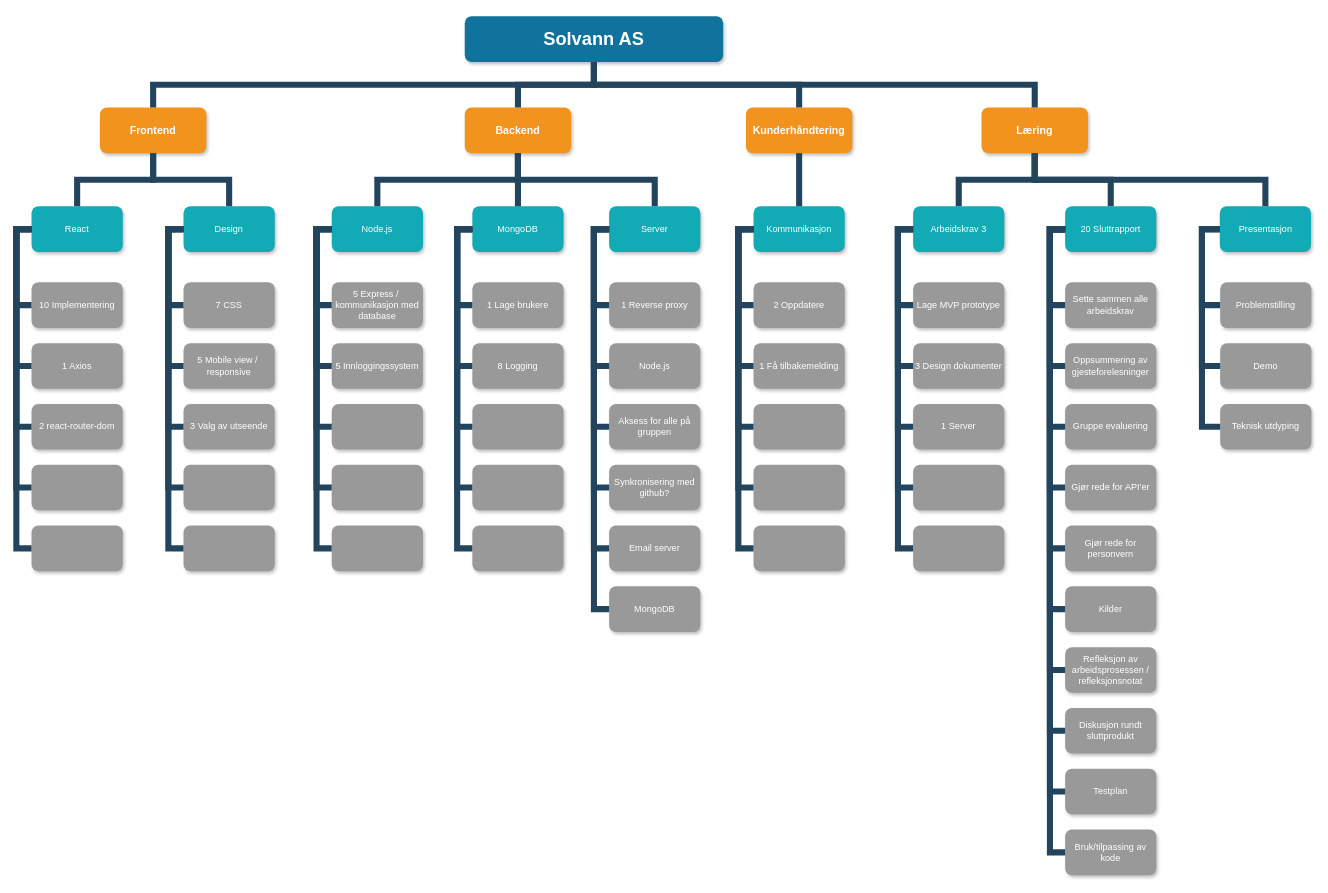
Before: Work Breakdown Structure.drawio in USN-Gjengen/APP2000_Gruppe06_Solvann-Driftsystem, a draw.io diagram. Source tidied: cells renumbered, new cells numbered last; positions are measured from the earlier drawing's top-left corner, leaving out a move shared by most shapes. Both pictures are drawn from the tidied source at 76%, with x=0, y=0 at pixel (16, 16).
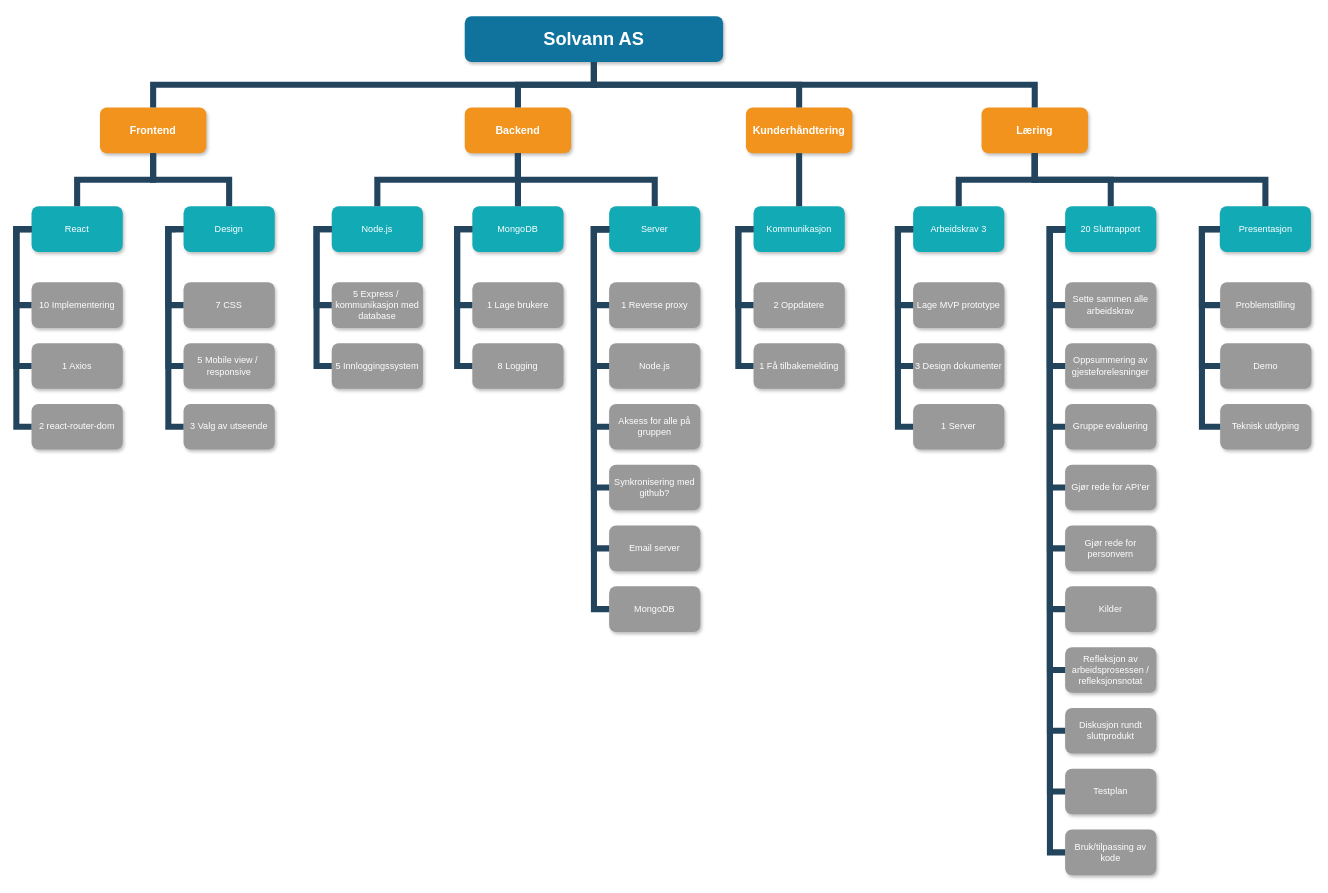
The same page after the edit.

Commit message:
Remove empty nodes

The change refers to these unchanged cells:
```xml
<mxCell id="7" value="React" style="whiteSpace=wrap;rounded=1;fillColor=#12AAB5;strokeColor=none;shadow=1;fontColor=#FFFFFF;" parent="1" vertex="1">
  <mxGeometry x="20" y="250" width="120" height="60" as="geometry" />
</mxCell>
<mxCell id="8" value="Design" style="whiteSpace=wrap;rounded=1;fillColor=#12AAB5;strokeColor=none;shadow=1;fontColor=#FFFFFF;" parent="1" vertex="1">
  <mxGeometry x="220" y="250" width="120" height="60" as="geometry" />
</mxCell>
<mxCell id="19" value="Node.js" style="whiteSpace=wrap;rounded=1;fillColor=#12AAB5;strokeColor=none;shadow=1;fontColor=#FFFFFF;" parent="1" vertex="1">
  <mxGeometry x="415" y="250" width="120" height="60" as="geometry" />
</mxCell>
<mxCell id="43" value="MongoDB" style="whiteSpace=wrap;rounded=1;fillColor=#12AAB5;strokeColor=none;shadow=1;fontColor=#FFFFFF;" parent="1" vertex="1">
  <mxGeometry x="600" y="250" width="120" height="60" as="geometry" />
</mxCell>
<mxCell id="44" value="Kommunikasjon" style="whiteSpace=wrap;rounded=1;fillColor=#12AAB5;strokeColor=none;shadow=1;fontColor=#FFFFFF;" parent="1" vertex="1">
  <mxGeometry x="970" y="250" width="120" height="60" as="geometry" />
</mxCell>
<mxCell id="65" value="Arbeidskrav 3" style="whiteSpace=wrap;rounded=1;fillColor=#12AAB5;strokeColor=none;shadow=1;fontColor=#FFFFFF;" parent="1" vertex="1">
  <mxGeometry x="1180" y="250" width="120" height="60" as="geometry" />
</mxCell>
```

What changed in the source:
```diff
@@
-    <mxCell id="12" style="whiteSpace=wrap;rounded=1;fillColor=#999999;strokeColor=none;shadow=1;fontColor=#FFFFFF;fontStyle=0;" parent="1" vertex="1">
-      <mxGeometry x="20" y="590" width="120" height="60" as="geometry" />
-    </mxCell>
-    <mxCell id="13" style="whiteSpace=wrap;rounded=1;fillColor=#999999;strokeColor=none;shadow=1;fontColor=#FFFFFF;fontStyle=0;" parent="1" vertex="1">
-      <mxGeometry x="20" y="670" width="120" height="60" as="geometry" />
-    </mxCell>
@@
-    <mxCell id="17" style="whiteSpace=wrap;rounded=1;fillColor=#999999;strokeColor=none;shadow=1;fontColor=#FFFFFF;fontStyle=0;" parent="1" vertex="1">
-      <mxGeometry x="220" y="590" width="120" height="60" as="geometry" />
-    </mxCell>
-    <mxCell id="18" style="whiteSpace=wrap;rounded=1;fillColor=#999999;strokeColor=none;shadow=1;fontColor=#FFFFFF;fontStyle=0;" parent="1" vertex="1">
-      <mxGeometry x="220" y="670" width="120" height="60" as="geometry" />
-    </mxCell>
@@
-    <mxCell id="22" style="whiteSpace=wrap;rounded=1;fillColor=#999999;strokeColor=none;shadow=1;fontColor=#FFFFFF;fontStyle=0;" parent="1" vertex="1">
-      <mxGeometry x="415" y="510" width="120" height="60" as="geometry" />
-    </mxCell>
-    <mxCell id="23" style="whiteSpace=wrap;rounded=1;fillColor=#999999;strokeColor=none;shadow=1;fontColor=#FFFFFF;fontStyle=0;" parent="1" vertex="1">
-      <mxGeometry x="415" y="590" width="120" height="60" as="geometry" />
-    </mxCell>
-    <mxCell id="24" style="whiteSpace=wrap;rounded=1;fillColor=#999999;strokeColor=none;shadow=1;fontColor=#FFFFFF;fontStyle=0;" parent="1" vertex="1">
-      <mxGeometry x="415" y="670" width="120" height="60" as="geometry" />
-    </mxCell>
@@
-    <mxCell id="29" style="edgeStyle=elbowEdgeStyle;elbow=horizontal;rounded=0;fontColor=#000000;endArrow=none;endFill=0;strokeWidth=8;strokeColor=#23445D;" parent="1" edge="1" source="7" target="13">
-      <mxGeometry relative="1" as="geometry">
-        <Array as="points">
-          <mxPoint y="490" />
-        </Array>
-      </mxGeometry>
-    </mxCell>
-    <mxCell id="30" style="edgeStyle=elbowEdgeStyle;elbow=horizontal;rounded=0;fontColor=#000000;endArrow=none;endFill=0;strokeWidth=8;strokeColor=#23445D;" parent="1" edge="1" source="7" target="12">
-      <mxGeometry relative="1" as="geometry">
-        <Array as="points">
-          <mxPoint y="360" />
-        </Array>
-      </mxGeometry>
-    </mxCell>
@@
-    <mxCell id="34" style="edgeStyle=elbowEdgeStyle;elbow=horizontal;rounded=0;fontColor=#000000;endArrow=none;endFill=0;strokeWidth=8;strokeColor=#23445D;" parent="1" edge="1" source="8" target="18">
-      <mxGeometry relative="1" as="geometry">
-        <Array as="points">
-          <mxPoint x="200" y="490" />
-        </Array>
-      </mxGeometry>
-    </mxCell>
-    <mxCell id="35" style="edgeStyle=elbowEdgeStyle;elbow=horizontal;rounded=0;fontColor=#000000;endArrow=none;endFill=0;strokeWidth=8;strokeColor=#23445D;" parent="1" edge="1" source="8" target="17">
-      <mxGeometry relative="1" as="geometry">
-        <Array as="points">
-          <mxPoint x="200" y="450" />
-        </Array>
-      </mxGeometry>
-    </mxCell>
@@
-    <mxCell id="40" style="edgeStyle=elbowEdgeStyle;elbow=horizontal;rounded=0;fontColor=#000000;endArrow=none;endFill=0;strokeWidth=8;strokeColor=#23445D;" parent="1" edge="1" source="19" target="24">
-      <mxGeometry relative="1" as="geometry">
-        <Array as="points">
-          <mxPoint x="395" y="490" />
-        </Array>
-      </mxGeometry>
-    </mxCell>
-    <mxCell id="41" style="edgeStyle=elbowEdgeStyle;elbow=horizontal;rounded=0;fontColor=#000000;endArrow=none;endFill=0;strokeWidth=8;strokeColor=#23445D;" parent="1" edge="1" source="19" target="23">
-      <mxGeometry relative="1" as="geometry">
-        <Array as="points">
-          <mxPoint x="395" y="450" />
-        </Array>
-      </mxGeometry>
-    </mxCell>
-    <mxCell id="42" style="edgeStyle=elbowEdgeStyle;elbow=horizontal;rounded=0;fontColor=#000000;endArrow=none;endFill=0;strokeWidth=8;strokeColor=#23445D;" parent="1" edge="1" source="19" target="22">
-      <mxGeometry relative="1" as="geometry">
-        <Array as="points">
-          <mxPoint x="395" y="420" />
-        </Array>
-      </mxGeometry>
-    </mxCell>
@@
-    <mxCell id="47" style="whiteSpace=wrap;rounded=1;fillColor=#999999;strokeColor=none;shadow=1;fontColor=#FFFFFF;fontStyle=0;" parent="1" vertex="1">
-      <mxGeometry x="600" y="510" width="120" height="60" as="geometry" />
-    </mxCell>
-    <mxCell id="48" style="whiteSpace=wrap;rounded=1;fillColor=#999999;strokeColor=none;shadow=1;fontColor=#FFFFFF;fontStyle=0;" parent="1" vertex="1">
-      <mxGeometry x="600" y="590" width="120" height="60" as="geometry" />
-    </mxCell>
-    <mxCell id="49" style="whiteSpace=wrap;rounded=1;fillColor=#999999;strokeColor=none;shadow=1;fontColor=#FFFFFF;fontStyle=0;" parent="1" vertex="1">
-      <mxGeometry x="600" y="670" width="120" height="60" as="geometry" />
-    </mxCell>
@@
-    <mxCell id="52" style="whiteSpace=wrap;rounded=1;fillColor=#999999;strokeColor=none;shadow=1;fontColor=#FFFFFF;fontStyle=0;" parent="1" vertex="1">
-      <mxGeometry x="970" y="510" width="120" height="60" as="geometry" />
-    </mxCell>
-    <mxCell id="53" style="whiteSpace=wrap;rounded=1;fillColor=#999999;strokeColor=none;shadow=1;fontColor=#FFFFFF;fontStyle=0;" parent="1" vertex="1">
-      <mxGeometry x="970" y="590" width="120" height="60" as="geometry" />
-    </mxCell>
-    <mxCell id="54" style="whiteSpace=wrap;rounded=1;fillColor=#999999;strokeColor=none;shadow=1;fontColor=#FFFFFF;fontStyle=0;" parent="1" vertex="1">
-      <mxGeometry x="970" y="670" width="120" height="60" as="geometry" />
-    </mxCell>
@@
-    <mxCell id="57" style="edgeStyle=elbowEdgeStyle;elbow=horizontal;rounded=0;fontColor=#000000;endArrow=none;endFill=0;strokeWidth=8;strokeColor=#23445D;" parent="1" edge="1" source="43" target="49">
-      <mxGeometry relative="1" as="geometry">
-        <Array as="points">
-          <mxPoint x="580" y="500" />
-        </Array>
-      </mxGeometry>
-    </mxCell>
-    <mxCell id="58" style="edgeStyle=elbowEdgeStyle;elbow=horizontal;rounded=0;fontColor=#000000;endArrow=none;endFill=0;strokeWidth=8;strokeColor=#23445D;" parent="1" edge="1" source="43" target="48">
-      <mxGeometry relative="1" as="geometry">
-        <Array as="points">
-          <mxPoint x="580" y="450" />
-        </Array>
-      </mxGeometry>
-    </mxCell>
-    <mxCell id="59" style="edgeStyle=elbowEdgeStyle;elbow=horizontal;rounded=0;fontColor=#000000;endArrow=none;endFill=0;strokeWidth=8;strokeColor=#23445D;" parent="1" edge="1" source="43" target="47">
-      <mxGeometry relative="1" as="geometry">
-        <Array as="points">
-          <mxPoint x="580" y="420" />
-        </Array>
-      </mxGeometry>
-    </mxCell>
@@
-    <mxCell id="62" style="edgeStyle=elbowEdgeStyle;elbow=horizontal;rounded=0;fontColor=#000000;endArrow=none;endFill=0;strokeWidth=8;strokeColor=#23445D;" parent="1" edge="1" source="44" target="54">
-      <mxGeometry relative="1" as="geometry">
-        <Array as="points">
-          <mxPoint x="950" y="490" />
-        </Array>
-      </mxGeometry>
-    </mxCell>
-    <mxCell id="63" style="edgeStyle=elbowEdgeStyle;elbow=horizontal;rounded=0;fontColor=#000000;endArrow=none;endFill=0;strokeWidth=8;strokeColor=#23445D;" parent="1" edge="1" source="44" target="53">
-      <mxGeometry relative="1" as="geometry">
-        <Array as="points">
-          <mxPoint x="950" y="450" />
-        </Array>
-      </mxGeometry>
-    </mxCell>
-    <mxCell id="64" style="edgeStyle=elbowEdgeStyle;elbow=horizontal;rounded=0;fontColor=#000000;endArrow=none;endFill=0;strokeWidth=8;strokeColor=#23445D;" parent="1" edge="1" source="44" target="52">
-      <mxGeometry relative="1" as="geometry">
-        <Array as="points">
-          <mxPoint x="950" y="420" />
-        </Array>
-      </mxGeometry>
-    </mxCell>
@@
-    <mxCell id="70" style="whiteSpace=wrap;rounded=1;fillColor=#999999;strokeColor=none;shadow=1;fontColor=#FFFFFF;fontStyle=0;" parent="1" vertex="1">
-      <mxGeometry x="1180" y="590" width="120" height="60" as="geometry" />
-    </mxCell>
-    <mxCell id="71" style="whiteSpace=wrap;rounded=1;fillColor=#999999;strokeColor=none;shadow=1;fontColor=#FFFFFF;fontStyle=0;" parent="1" vertex="1">
-      <mxGeometry x="1180" y="670" width="120" height="60" as="geometry" />
-    </mxCell>
@@
-    <mxCell id="79" style="edgeStyle=elbowEdgeStyle;elbow=horizontal;rounded=0;fontColor=#000000;endArrow=none;endFill=0;strokeWidth=8;strokeColor=#23445D;" parent="1" edge="1" source="65" target="71">
-      <mxGeometry relative="1" as="geometry">
-        <Array as="points">
-          <mxPoint x="1160" y="500" />
-        </Array>
-      </mxGeometry>
-    </mxCell>
-    <mxCell id="80" style="edgeStyle=elbowEdgeStyle;elbow=horizontal;rounded=0;fontColor=#000000;endArrow=none;endFill=0;strokeWidth=8;strokeColor=#23445D;" parent="1" edge="1" source="65" target="70">
-      <mxGeometry relative="1" as="geometry">
-        <Array as="points">
-          <mxPoint x="1160" y="450" />
-        </Array>
-      </mxGeometry>
-    </mxCell>
```
